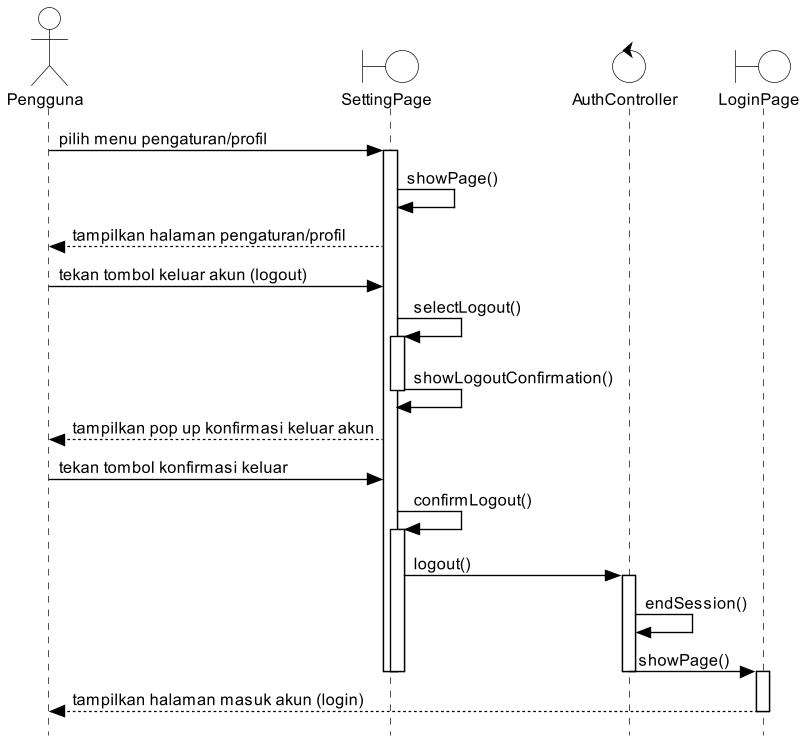
Above: docs/M7/assets/diagram/SD_UC10_normal.png in cynthiawinda/IF2150-RPL-K03-G04 (PlantUML), before the change.
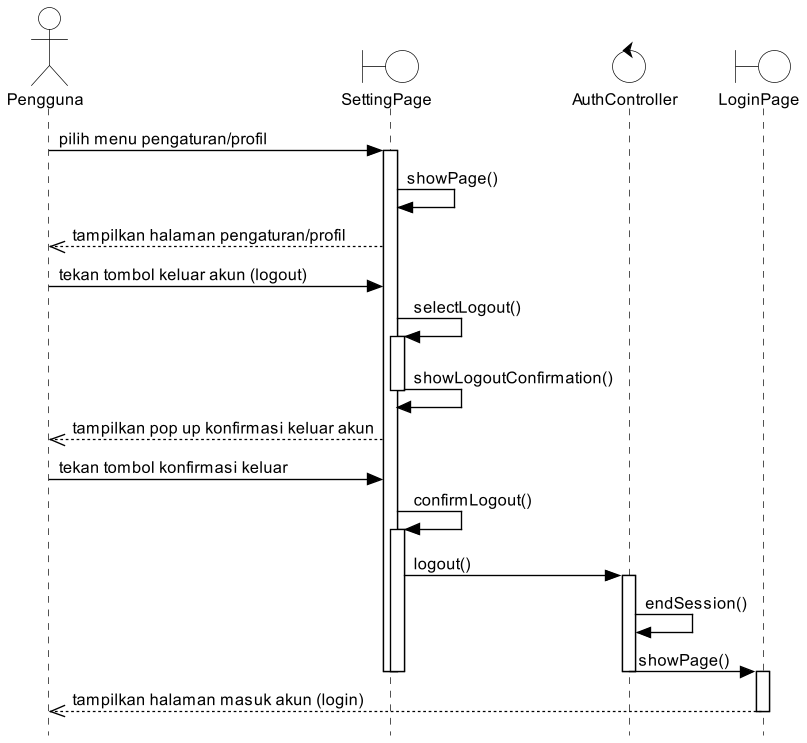
After the commit.

Diff of the diagram source:
```diff
@@ -31,12 +31,12 @@
 User -> SP : pilih menu pengaturan/profil
 activate SP
 SP -> SP : showPage()
-SP --> User : tampilkan halaman pengaturan/profil
+SP -->> User : tampilkan halaman pengaturan/profil
 User -> SP : tekan tombol keluar akun (logout)
 SP -> SP ++ : selectLogout()
 SP -> SP : showLogoutConfirmation()
 deactivate SP
-SP --> User : tampilkan pop up konfirmasi keluar akun
+SP -->> User : tampilkan pop up konfirmasi keluar akun
 User -> SP : tekan tombol konfirmasi keluar
 SP -> SP ++ : confirmLogout()
 SP -> AC : logout()
@@ -47,6 +47,6 @@
 activate LP
 deactivate SP
 deactivate SP
-LP --> User : tampilkan halaman masuk akun (login)
+LP -->> User : tampilkan halaman masuk akun (login)
 deactivate LP
 @enduml
```
